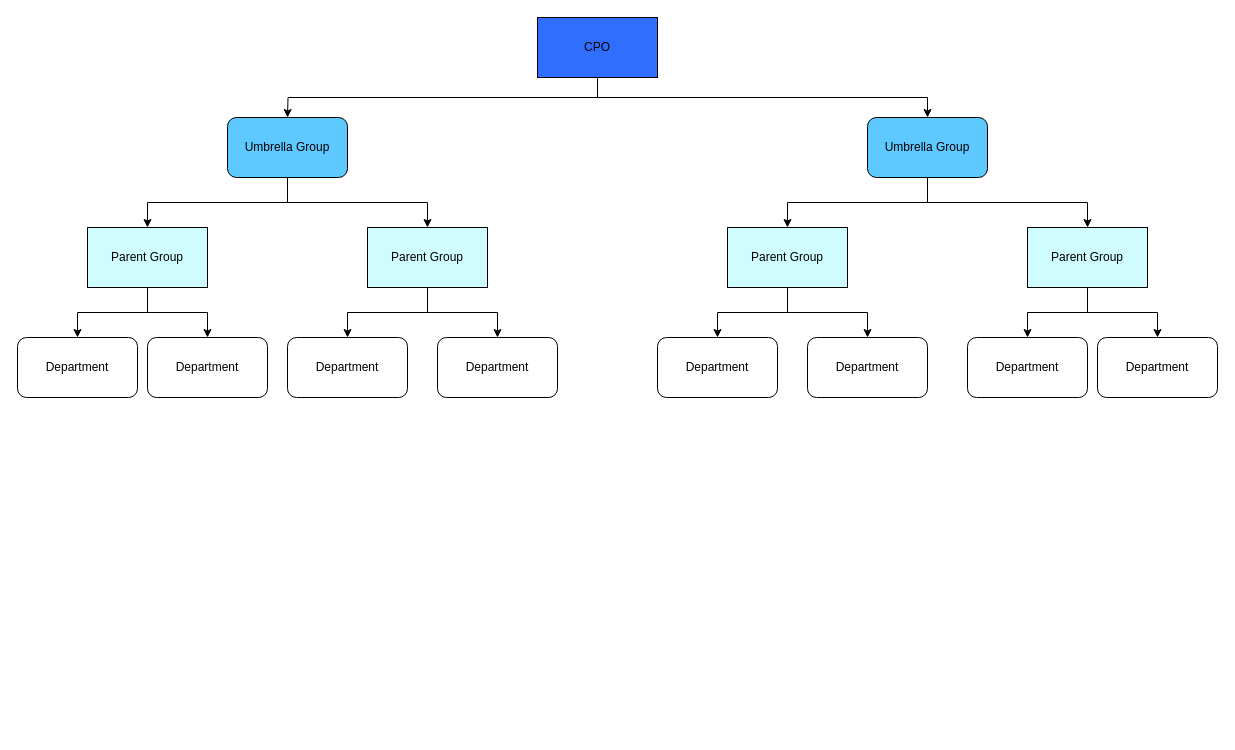
Earlier version of the draw.io diagram page "CPO" (4 of 9) of Adaptive_org_classification.drawio (PhoenixTagal/Haku). Source tidied: cells renumbered, new cells numbered last; positions are measured from the earlier drawing's top-left corner, leaving out a move shared by most shapes. Both pictures are drawn from the tidied source at 100%, with x=0, y=0 at pixel (17, 17).
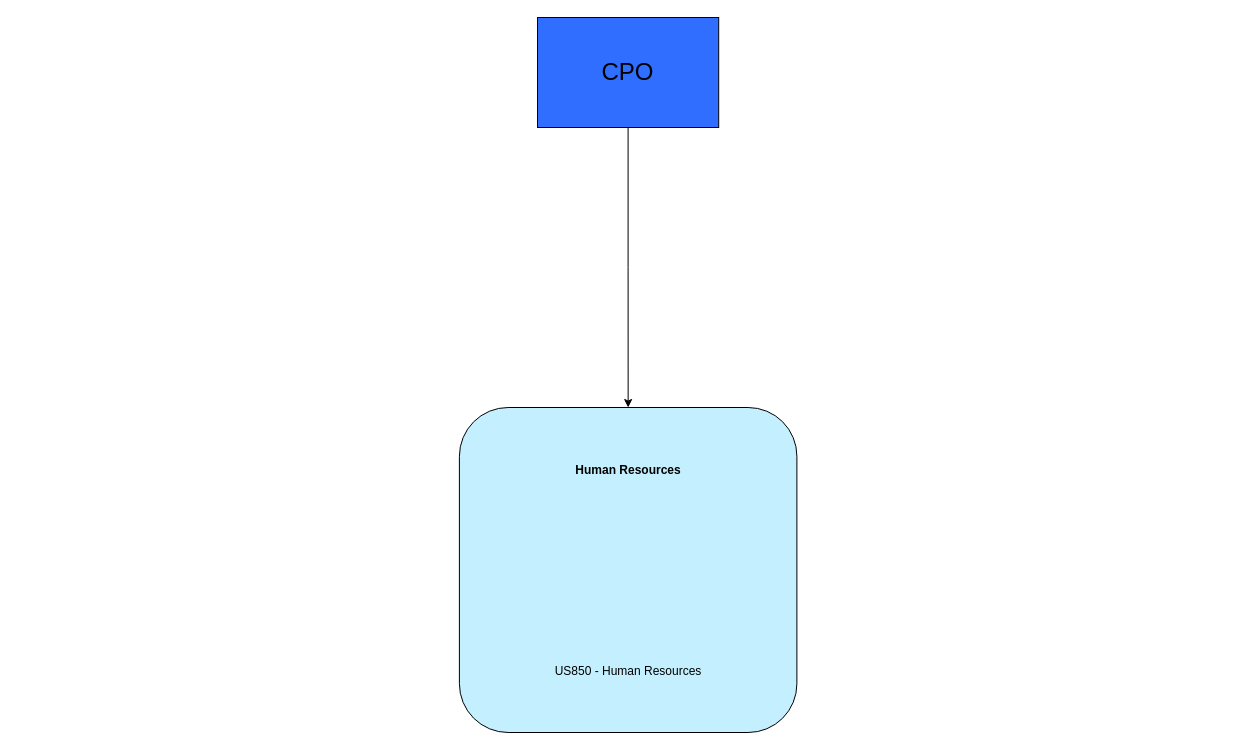
After the change.

The edit, as a diff of the source:
```diff
@@
-    <mxCell id="2" style="edgeStyle=orthogonalEdgeStyle;rounded=0;jettySize=auto;html=1;exitX=0.5;exitY=1;exitDx=0;exitDy=0;entryX=0.5;entryY=0;entryDx=0;entryDy=0;" parent="1" edge="1" source="4">
-      <mxGeometry relative="1" as="geometry">
-        <mxPoint x="270" y="100" as="targetPoint" />
-      </mxGeometry>
-    </mxCell>
-    <mxCell id="3" style="edgeStyle=orthogonalEdgeStyle;rounded=0;jettySize=auto;html=1;exitX=0.5;exitY=1;exitDx=0;exitDy=0;entryX=0.5;entryY=0;entryDx=0;entryDy=0;" parent="1" edge="1" source="4" target="7">
-      <mxGeometry relative="1" as="geometry" />
-    </mxCell>
+    <mxCell id="31" style="edgeStyle=orthogonalEdgeStyle;rounded=0;jettySize=auto;html=1;exitX=0.5;exitY=1;exitDx=0;exitDy=0;entryX=0.5;entryY=0;entryDx=0;entryDy=0;" parent="1" edge="1" source="4" target="32">
+      <mxGeometry relative="1" as="geometry" />
+    </mxCell>
-    <mxCell id="4" value="CPO" style="rounded=0;whiteSpace=wrap;html=1;fillColor=#306EFF;" parent="1" vertex="1">
-      <mxGeometry x="520" width="120" height="60" as="geometry" />
+    <mxCell id="4" value="&lt;font style=&quot;font-size: 24px;&quot;&gt;CPO&lt;/font&gt;" style="rounded=0;whiteSpace=wrap;html=1;fillColor=#306EFF;" parent="1" vertex="1">
+      <mxGeometry x="520" width="181.2" height="110" as="geometry" />
     </mxCell>
-    <mxCell id="5" style="edgeStyle=orthogonalEdgeStyle;rounded=0;jettySize=auto;html=1;exitX=0.5;exitY=1;exitDx=0;exitDy=0;entryX=0.5;entryY=0;entryDx=0;entryDy=0;" parent="1" edge="1" source="7" target="10">
-      <mxGeometry relative="1" as="geometry" />
-    </mxCell>
-    <mxCell id="6" style="edgeStyle=orthogonalEdgeStyle;rounded=0;jettySize=auto;html=1;exitX=0.5;exitY=1;exitDx=0;exitDy=0;entryX=0.5;entryY=0;entryDx=0;entryDy=0;" parent="1" edge="1" source="7" target="13">
-      <mxGeometry relative="1" as="geometry" />
-    </mxCell>
-    <mxCell id="7" value="Umbrella Group" style="rounded=1;whiteSpace=wrap;html=1;fillColor=#5EC9FF;" parent="1" vertex="1">
-      <mxGeometry x="850" y="100" width="120" height="60" as="geometry" />
-    </mxCell>
-    <mxCell id="8" style="edgeStyle=orthogonalEdgeStyle;rounded=0;jettySize=auto;html=1;exitX=0.5;exitY=1;exitDx=0;exitDy=0;entryX=0.5;entryY=0;entryDx=0;entryDy=0;" parent="1" edge="1" source="10" target="14">
-      <mxGeometry relative="1" as="geometry" />
-    </mxCell>
-    <mxCell id="9" style="edgeStyle=orthogonalEdgeStyle;rounded=0;jettySize=auto;html=1;exitX=0.5;exitY=1;exitDx=0;exitDy=0;entryX=0.5;entryY=0;entryDx=0;entryDy=0;" parent="1" edge="1" source="10" target="15">
-      <mxGeometry relative="1" as="geometry" />
-    </mxCell>
-    <mxCell id="10" value="Parent Group" style="rounded=0;whiteSpace=wrap;html=1;fillColor=#CFFDFF;" parent="1" vertex="1">
-      <mxGeometry x="710" y="210" width="120" height="60" as="geometry" />
-    </mxCell>
-    <mxCell id="11" style="edgeStyle=orthogonalEdgeStyle;rounded=0;jettySize=auto;html=1;exitX=0.5;exitY=1;exitDx=0;exitDy=0;entryX=0.5;entryY=0;entryDx=0;entryDy=0;" parent="1" edge="1" source="13" target="16">
-      <mxGeometry relative="1" as="geometry" />
-    </mxCell>
-    <mxCell id="12" style="edgeStyle=orthogonalEdgeStyle;rounded=0;jettySize=auto;html=1;exitX=0.5;exitY=1;exitDx=0;exitDy=0;entryX=0.5;entryY=0;entryDx=0;entryDy=0;" parent="1" edge="1" source="13" target="17">
-      <mxGeometry relative="1" as="geometry" />
-    </mxCell>
-    <mxCell id="13" value="Parent Group" style="rounded=0;whiteSpace=wrap;html=1;fillColor=#CFFDFF;" parent="1" vertex="1">
-      <mxGeometry x="1010" y="210" width="120" height="60" as="geometry" />
-    </mxCell>
-    <mxCell id="14" value="Department" style="rounded=1;whiteSpace=wrap;html=1;fillColor=#FFFFFF;" parent="1" vertex="1">
-      <mxGeometry x="640" y="320" width="120" height="60" as="geometry" />
-    </mxCell>
-    <mxCell id="15" value="Department" style="rounded=1;whiteSpace=wrap;html=1;fillColor=#FFFFFF;" parent="1" vertex="1">
-      <mxGeometry x="790" y="320" width="120" height="60" as="geometry" />
-    </mxCell>
-    <mxCell id="16" value="Department" style="rounded=1;whiteSpace=wrap;html=1;fillColor=#FFFFFF;" parent="1" vertex="1">
-      <mxGeometry x="950" y="320" width="120" height="60" as="geometry" />
-    </mxCell>
-    <mxCell id="17" value="Department" style="rounded=1;whiteSpace=wrap;html=1;fillColor=#FFFFFF;" parent="1" vertex="1">
-      <mxGeometry x="1080" y="320" width="120" height="60" as="geometry" />
-    </mxCell>
-    <mxCell id="18" style="edgeStyle=orthogonalEdgeStyle;rounded=0;jettySize=auto;html=1;exitX=0.5;exitY=1;exitDx=0;exitDy=0;entryX=0.5;entryY=0;entryDx=0;entryDy=0;" parent="1" edge="1" source="20" target="23">
-      <mxGeometry relative="1" as="geometry" />
-    </mxCell>
-    <mxCell id="19" style="edgeStyle=orthogonalEdgeStyle;rounded=0;jettySize=auto;html=1;exitX=0.5;exitY=1;exitDx=0;exitDy=0;" parent="1" edge="1" source="20" target="26">
-      <mxGeometry relative="1" as="geometry" />
-    </mxCell>
-    <mxCell id="20" value="Umbrella Group" style="rounded=1;whiteSpace=wrap;html=1;fillColor=#5EC9FF;" parent="1" vertex="1">
-      <mxGeometry x="210" y="100" width="120" height="60" as="geometry" />
-    </mxCell>
-    <mxCell id="21" style="edgeStyle=orthogonalEdgeStyle;rounded=0;jettySize=auto;html=1;exitX=0.5;exitY=1;exitDx=0;exitDy=0;entryX=0.5;entryY=0;entryDx=0;entryDy=0;" parent="1" edge="1" source="23" target="27">
-      <mxGeometry relative="1" as="geometry" />
-    </mxCell>
-    <mxCell id="22" style="edgeStyle=orthogonalEdgeStyle;rounded=0;jettySize=auto;html=1;exitX=0.5;exitY=1;exitDx=0;exitDy=0;entryX=0.5;entryY=0;entryDx=0;entryDy=0;" parent="1" edge="1" source="23" target="28">
-      <mxGeometry relative="1" as="geometry" />
-    </mxCell>
-    <mxCell id="23" value="Parent Group" style="rounded=0;whiteSpace=wrap;html=1;fillColor=#CFFDFF;" parent="1" vertex="1">
-      <mxGeometry x="70" y="210" width="120" height="60" as="geometry" />
-    </mxCell>
-    <mxCell id="24" style="edgeStyle=orthogonalEdgeStyle;rounded=0;jettySize=auto;html=1;exitX=0.5;exitY=1;exitDx=0;exitDy=0;entryX=0.5;entryY=0;entryDx=0;entryDy=0;" parent="1" edge="1" source="26" target="29">
-      <mxGeometry relative="1" as="geometry" />
-    </mxCell>
-    <mxCell id="25" style="edgeStyle=orthogonalEdgeStyle;rounded=0;jettySize=auto;html=1;exitX=0.5;exitY=1;exitDx=0;exitDy=0;entryX=0.5;entryY=0;entryDx=0;entryDy=0;" parent="1" edge="1" source="26" target="30">
-      <mxGeometry relative="1" as="geometry" />
-    </mxCell>
-    <mxCell id="26" value="Parent Group" style="rounded=0;whiteSpace=wrap;html=1;fillColor=#CFFDFF;" parent="1" vertex="1">
-      <mxGeometry x="350" y="210" width="120" height="60" as="geometry" />
-    </mxCell>
-    <mxCell id="27" value="Department" style="rounded=1;whiteSpace=wrap;html=1;fillColor=#FFFFFF;" parent="1" vertex="1">
-      <mxGeometry y="320" width="120" height="60" as="geometry" />
-    </mxCell>
-    <mxCell id="28" value="Department" style="rounded=1;whiteSpace=wrap;html=1;fillColor=#FFFFFF;" parent="1" vertex="1">
-      <mxGeometry x="130" y="320" width="120" height="60" as="geometry" />
-    </mxCell>
-    <mxCell id="29" value="Department" style="rounded=1;whiteSpace=wrap;html=1;fillColor=#FFFFFF;" parent="1" vertex="1">
-      <mxGeometry x="270" y="320" width="120" height="60" as="geometry" />
-    </mxCell>
-    <mxCell id="30" value="Department" style="rounded=1;whiteSpace=wrap;html=1;fillColor=#FFFFFF;" parent="1" vertex="1">
-      <mxGeometry x="420" y="320" width="120" height="60" as="geometry" />
-    </mxCell>
+    <mxCell id="32" value="&lt;b&gt;Human Resources&lt;/b&gt;&lt;br&gt;&lt;br&gt;&lt;br&gt;&lt;br&gt;&lt;br&gt;&lt;br&gt;&lt;br&gt;&lt;br&gt;&lt;br&gt;&lt;br&gt;&lt;br&gt;&lt;br&gt;&lt;br&gt;&lt;br&gt;US850 - Human Resources" style="rounded=1;whiteSpace=wrap;html=1;fillColor=#C4EFFF;" parent="1" vertex="1">
+      <mxGeometry x="441.9" y="390" width="337.5" height="325" as="geometry" />
+    </mxCell>
```
